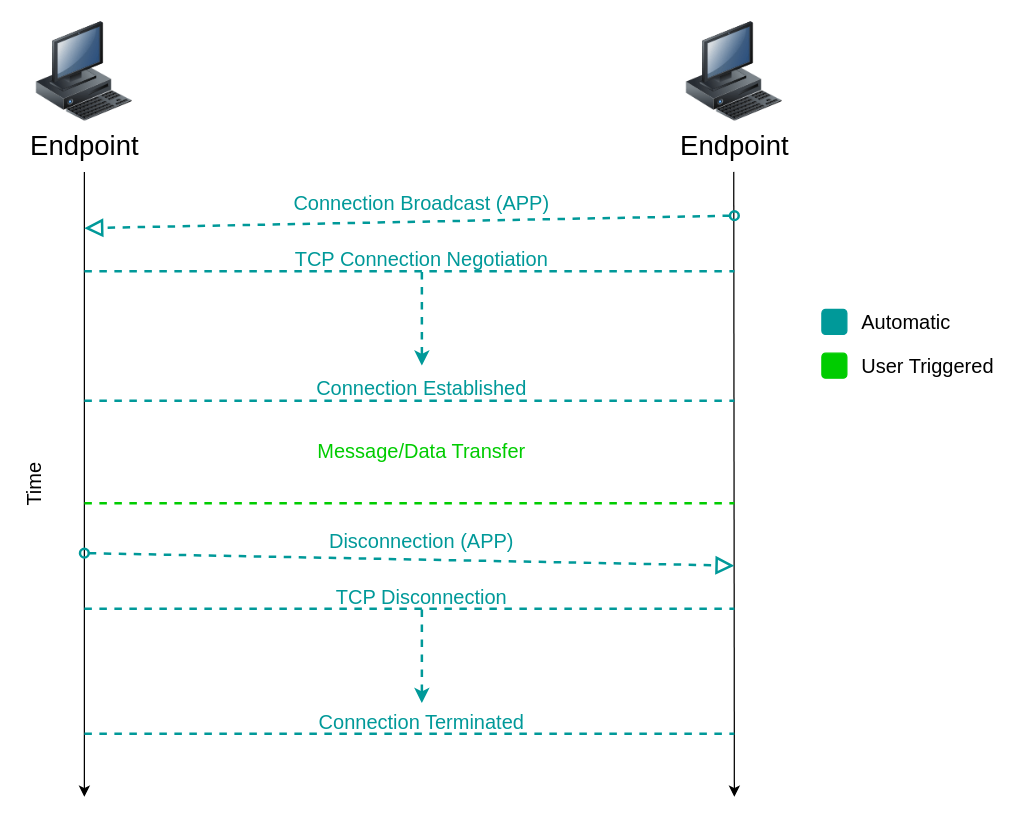
B3W/Endpoints keeps this draw.io diagram as page "Connection" (1 of 3) of docs/Endpoint-App-Diagrams.drawio. Above is the earlier version. Source tidied: cells renumbered, new cells numbered last; positions are measured from the earlier drawing's top-left corner, leaving out a move shared by most shapes. Both pictures are drawn from the tidied source at 125%, with x=0, y=0 at pixel (9, 21).
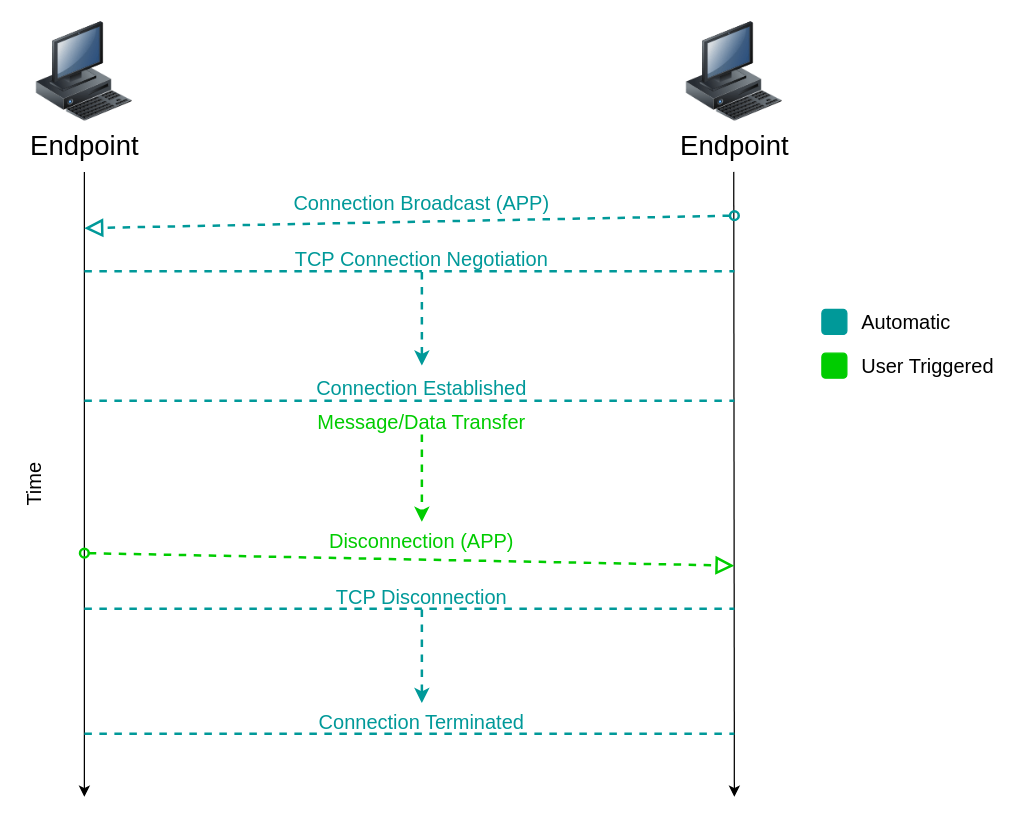
After the change.

Commit message:
Made connection diagram more clear.

The edit, as a diff of the source:
```diff
@@
-    <mxCell id="11" style="startArrow=oval;startFill=0;startSize=7;endArrow=block;endFill=0;endSize=10;dashed=1;html=1;fontSize=16;strokeColor=#009999;strokeWidth=2;" parent="1" edge="1">
+    <mxCell id="11" style="startArrow=oval;startFill=0;startSize=7;endArrow=block;endFill=0;endSize=10;dashed=1;html=1;fontSize=16;strokeColor=#00CC00;strokeWidth=2;" parent="1" edge="1">
       <mxGeometry relative="1" as="geometry">
         <mxPoint x="60" y="425" as="sourcePoint" />
         <mxPoint x="580" y="435" as="targetPoint" />
       </mxGeometry>
     </mxCell>
-    <mxCell id="12" value="&lt;div&gt;Disconnection (APP)&lt;/div&gt;" style="text;html=1;align=center;verticalAlign=middle;whiteSpace=wrap;rounded=0;fontSize=16;fontColor=#009999;" parent="1" vertex="1">
+    <mxCell id="12" value="&lt;div&gt;Disconnection (APP)&lt;/div&gt;" style="text;html=1;align=center;verticalAlign=middle;whiteSpace=wrap;rounded=0;fontSize=16;fontColor=#00CC00;" parent="1" vertex="1">
       <mxGeometry x="220" y="405" width="220" height="20" as="geometry" />
     </mxCell>
     <mxCell id="13" value="Message/Data Transfer" style="text;html=1;strokeColor=none;fillColor=none;align=center;verticalAlign=middle;whiteSpace=wrap;rounded=0;fontSize=16;fontColor=#00CC00;" parent="1" vertex="1">
-      <mxGeometry x="230" y="333" width="200" height="20" as="geometry" />
+      <mxGeometry x="230" y="310" width="200" height="20" as="geometry" />
     </mxCell>
@@
-    <mxCell id="21" style="endArrow=none;dashed=1;html=1;strokeColor=#00CC00;fontSize=16;fontColor=#00CC00;strokeWidth=2;" parent="1" edge="1">
-      <mxGeometry relative="1" as="geometry">
-        <mxPoint x="60" y="385" as="sourcePoint" />
-        <mxPoint x="580" y="385" as="targetPoint" />
-      </mxGeometry>
-    </mxCell>
@@
+    <mxCell id="27" style="endArrow=classic;html=1;dashed=1;strokeColor=#00CC00;fontSize=13;fontColor=#009999;exitX=0.5;exitY=1;exitDx=0;exitDy=0;strokeWidth=2;" parent="1" edge="1" source="13">
+      <mxGeometry relative="1" as="geometry">
+        <mxPoint x="330" y="400" as="targetPoint" />
+      </mxGeometry>
+    </mxCell>
```
